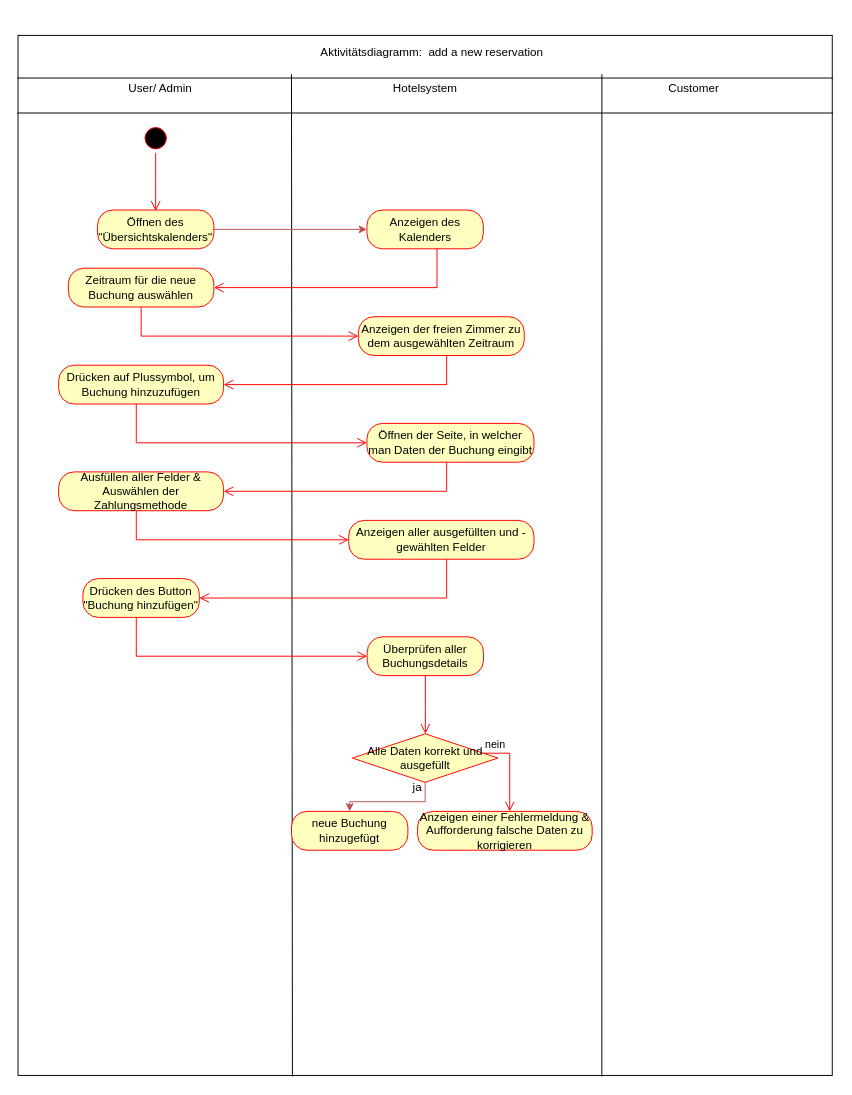
Above: Unbenanntes Diagramm.drawio in N4ims/hotel-system (draw.io), before the change. Source tidied: cells renumbered, new cells numbered last; positions are measured from the earlier drawing's top-left corner, leaving out a move shared by most shapes. Both pictures are drawn from the tidied source at 97%, with x=0, y=0 at pixel (-95, 38).
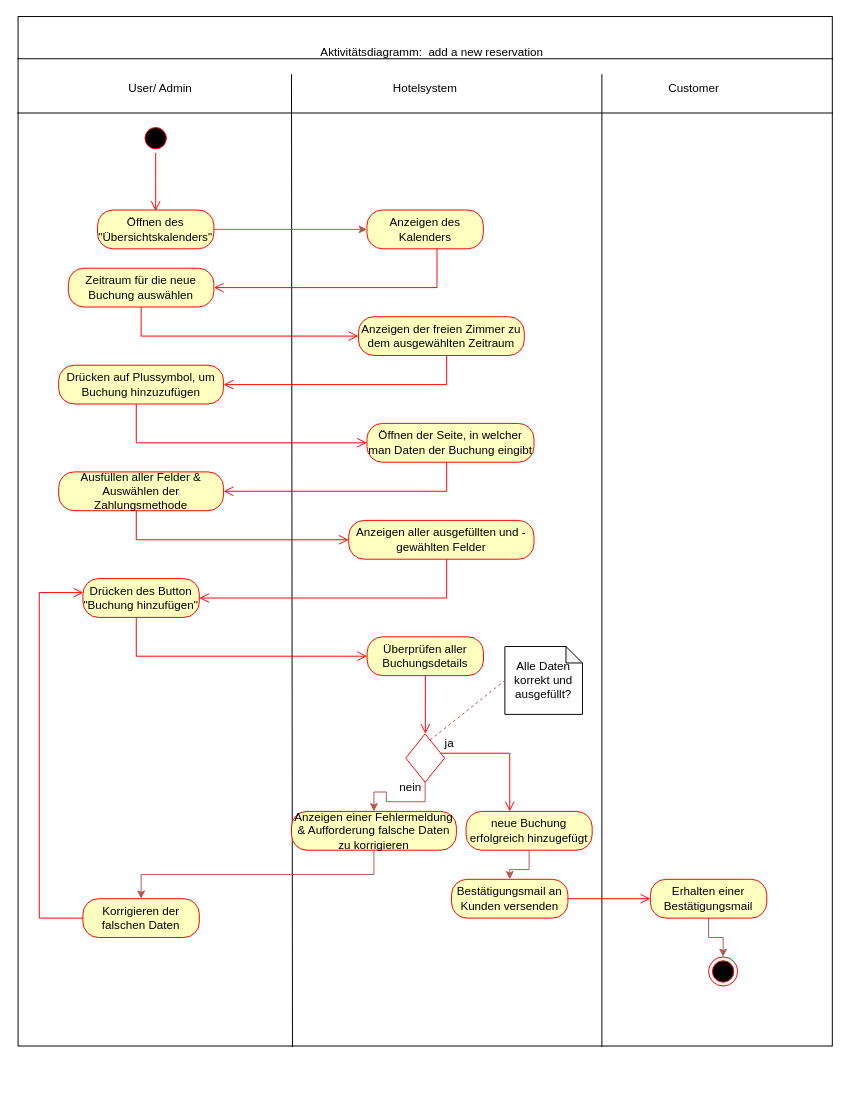
The same diagram, later.

Unchanged cells that the change refers to:
```xml
<mxCell id="29" value="Drücken des Button &quot;Buchung hinzufügen&quot;" style="rounded=1;whiteSpace=wrap;html=1;arcSize=40;fontColor=#000000;fillColor=#ffffc0;strokeColor=#ff0000;" parent="1" vertex="1">
  <mxGeometry x="183" y="557" width="120" height="40" as="geometry" />
</mxCell>
```

Diff of the diagram source:
```diff
@@
     <mxCell id="2" style="rounded=0;whiteSpace=wrap;html=1;rotation=90;fillColor=none;" parent="1" vertex="1">
-      <mxGeometry x="-0.3" y="113.4" width="1072.2" height="839.4" as="geometry" />
+      <mxGeometry x="5.2" y="88.5" width="1061.3" height="839.4" as="geometry" />
     </mxCell>
@@
-    <mxCell id="34" value="Alle Daten korrekt und ausgefüllt" style="rhombus;whiteSpace=wrap;html=1;fontColor=#000000;fillColor=#ffffc0;strokeColor=#ff0000;" parent="1" vertex="1">
-      <mxGeometry x="460.8" y="717" width="150" height="50" as="geometry" />
+    <mxCell id="34" style="rhombus;whiteSpace=wrap;html=1;fontColor=#000000;fillColor=none;strokeColor=#ff0000;" parent="1" vertex="1">
+      <mxGeometry x="515.8" y="717" width="40" height="50" as="geometry" />
     </mxCell>
-    <mxCell id="35" value="nein" style="edgeStyle=orthogonalEdgeStyle;html=1;align=left;verticalAlign=bottom;endArrow=open;endSize=8;strokeColor=#ff0000;rounded=0;" parent="1" edge="1" source="34" target="37">
+    <mxCell id="35" style="edgeStyle=orthogonalEdgeStyle;html=1;align=left;verticalAlign=bottom;endArrow=open;endSize=8;strokeColor=#ff0000;rounded=0;" parent="1" edge="1" source="34" target="37">
       <mxGeometry x="-1" relative="1" as="geometry">
         <Array as="points">
           <mxPoint x="623" y="737" />
         </Array>
       </mxGeometry>
     </mxCell>
+    <mxCell id="39" style="edgeStyle=orthogonalEdgeStyle;rounded=0;jettySize=auto;html=1;exitX=0.5;exitY=1;exitDx=0;exitDy=0;entryX=0.5;entryY=0;entryDx=0;entryDy=0;fillColor=#f8cecc;strokeColor=#b85450;" parent="1" edge="1" source="36" target="41">
+      <mxGeometry relative="1" as="geometry" />
+    </mxCell>
-    <mxCell id="36" value="neue Buchung hinzugefügt" style="rounded=1;whiteSpace=wrap;html=1;arcSize=40;fontColor=#000000;fillColor=#ffffc0;strokeColor=#ff0000;" parent="1" vertex="1">
-      <mxGeometry x="398" y="797" width="120" height="40" as="geometry" />
+    <mxCell id="36" value="Anzeigen einer Fehlermeldung &amp;amp; Aufforderung falsche Daten zu korrigieren" style="rounded=1;whiteSpace=wrap;html=1;arcSize=40;fontColor=#000000;fillColor=#ffffc0;strokeColor=#ff0000;" parent="1" vertex="1">
+      <mxGeometry x="398" y="797" width="170" height="40" as="geometry" />
     </mxCell>
+    <mxCell id="40" style="edgeStyle=orthogonalEdgeStyle;rounded=0;jettySize=auto;html=1;fillColor=#f8cecc;strokeColor=#b85450;" parent="1" edge="1" source="37" target="43">
+      <mxGeometry relative="1" as="geometry" />
+    </mxCell>
-    <mxCell id="37" value="Anzeigen einer Fehlermeldung &amp;amp; Aufforderung falsche Daten zu korrigieren" style="rounded=1;whiteSpace=wrap;html=1;arcSize=40;fontColor=#000000;fillColor=#ffffc0;strokeColor=#ff0000;" parent="1" vertex="1">
-      <mxGeometry x="528" y="797" width="180" height="40" as="geometry" />
+    <mxCell id="37" value="neue Buchung erfolgreich hinzugefügt" style="rounded=1;whiteSpace=wrap;html=1;arcSize=40;fontColor=#000000;fillColor=#ffffc0;strokeColor=#ff0000;" parent="1" vertex="1">
+      <mxGeometry x="578" y="797" width="130" height="40" as="geometry" />
     </mxCell>
+    <mxCell id="41" value="Korrigieren der falschen Daten" style="rounded=1;whiteSpace=wrap;html=1;arcSize=40;fontColor=#000000;fillColor=#ffffc0;strokeColor=#ff0000;" parent="1" vertex="1">
+      <mxGeometry x="183" y="887" width="120" height="40" as="geometry" />
+    </mxCell>
+    <mxCell id="42" style="edgeStyle=orthogonalEdgeStyle;html=1;verticalAlign=bottom;endArrow=open;endSize=8;strokeColor=#ff0000;rounded=0;entryX=0.003;entryY=0.361;entryDx=0;entryDy=0;entryPerimeter=0;" parent="1" edge="1" source="41" target="29">
+      <mxGeometry relative="1" as="geometry">
+        <Array as="points">
+          <mxPoint x="138" y="907" />
+          <mxPoint x="138" y="571" />
+        </Array>
+      </mxGeometry>
+    </mxCell>
+    <mxCell id="43" value="Bestätigungsmail an Kunden versenden" style="rounded=1;whiteSpace=wrap;html=1;arcSize=40;fontColor=#000000;fillColor=#ffffc0;strokeColor=#ff0000;" parent="1" vertex="1">
+      <mxGeometry x="563" y="867" width="120" height="40" as="geometry" />
+    </mxCell>
+    <mxCell id="44" style="edgeStyle=orthogonalEdgeStyle;html=1;verticalAlign=bottom;endArrow=open;endSize=8;strokeColor=#ff0000;rounded=0;" parent="1" edge="1" source="43" target="46">
+      <mxGeometry relative="1" as="geometry">
+        <Array as="points">
+          <mxPoint x="718" y="887" />
+          <mxPoint x="718" y="887" />
+        </Array>
+      </mxGeometry>
+    </mxCell>
+    <mxCell id="45" style="edgeStyle=orthogonalEdgeStyle;rounded=0;jettySize=auto;html=1;entryX=0.5;entryY=0;entryDx=0;entryDy=0;fillColor=#f8cecc;strokeColor=#b85450;" parent="1" edge="1" source="46" target="47">
+      <mxGeometry relative="1" as="geometry" />
+    </mxCell>
+    <mxCell id="46" value="Erhalten einer Bestätigungsmail" style="rounded=1;whiteSpace=wrap;html=1;arcSize=40;fontColor=#000000;fillColor=#ffffc0;strokeColor=#ff0000;" parent="1" vertex="1">
+      <mxGeometry x="768" y="867" width="120" height="40" as="geometry" />
+    </mxCell>
+    <mxCell id="47" style="ellipse;html=1;shape=endState;fillColor=#000000;strokeColor=#ff0000;" parent="1" vertex="1">
+      <mxGeometry x="828" y="947" width="30" height="30" as="geometry" />
+    </mxCell>
+    <mxCell id="48" value="Alle Daten korrekt und ausgefüllt?" style="shape=note;whiteSpace=wrap;html=1;backgroundOutline=1;darkOpacity=0.05;size=17;" parent="1" vertex="1">
+      <mxGeometry x="618" y="627" width="80" height="70" as="geometry" />
+    </mxCell>
+    <mxCell id="49" style="endArrow=none;dashed=1;html=1;rounded=0;entryX=0;entryY=0.5;entryDx=0;entryDy=0;entryPerimeter=0;exitX=0.629;exitY=0.127;exitDx=0;exitDy=0;exitPerimeter=0;fillColor=#f8cecc;strokeColor=#b85450;" parent="1" edge="1" source="34" target="48">
+      <mxGeometry relative="1" as="geometry" />
+    </mxCell>
     <mxCell id="38" value="ja" style="text;html=1;strokeColor=none;fillColor=none;align=center;verticalAlign=middle;whiteSpace=wrap;rounded=0;" parent="1" vertex="1">
-      <mxGeometry x="498" y="757" width="60" height="30" as="geometry" />
+      <mxGeometry x="530.8" y="712" width="60" height="30" as="geometry" />
     </mxCell>
+    <mxCell id="50" value="nein" style="text;html=1;strokeColor=none;fillColor=none;align=center;verticalAlign=middle;whiteSpace=wrap;rounded=0;" parent="1" vertex="1">
+      <mxGeometry x="490.8" y="757" width="60" height="30" as="geometry" />
+    </mxCell>
```
